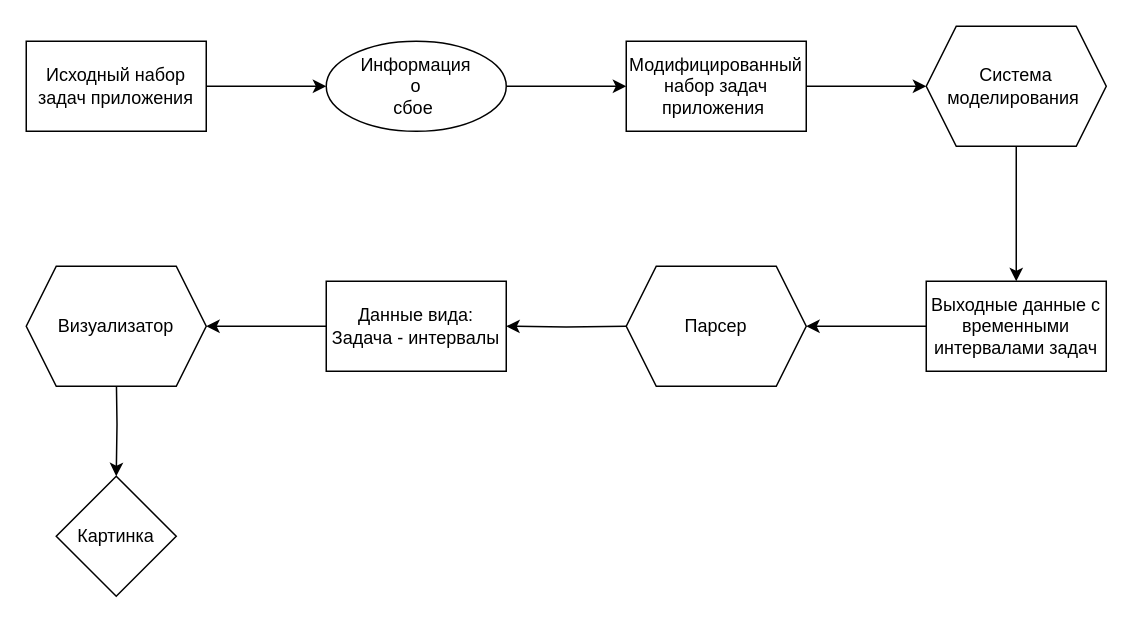
Ushuaya/VMK keeps this draw.io diagram as graphs/course_work.drawio. Above is the earlier version. Source tidied: cells renumbered, new cells numbered last; positions are measured from the earlier drawing's top-left corner, leaving out a move shared by most shapes. Both pictures are drawn from the tidied source at 150%, with x=0, y=0 at pixel (26, 26).
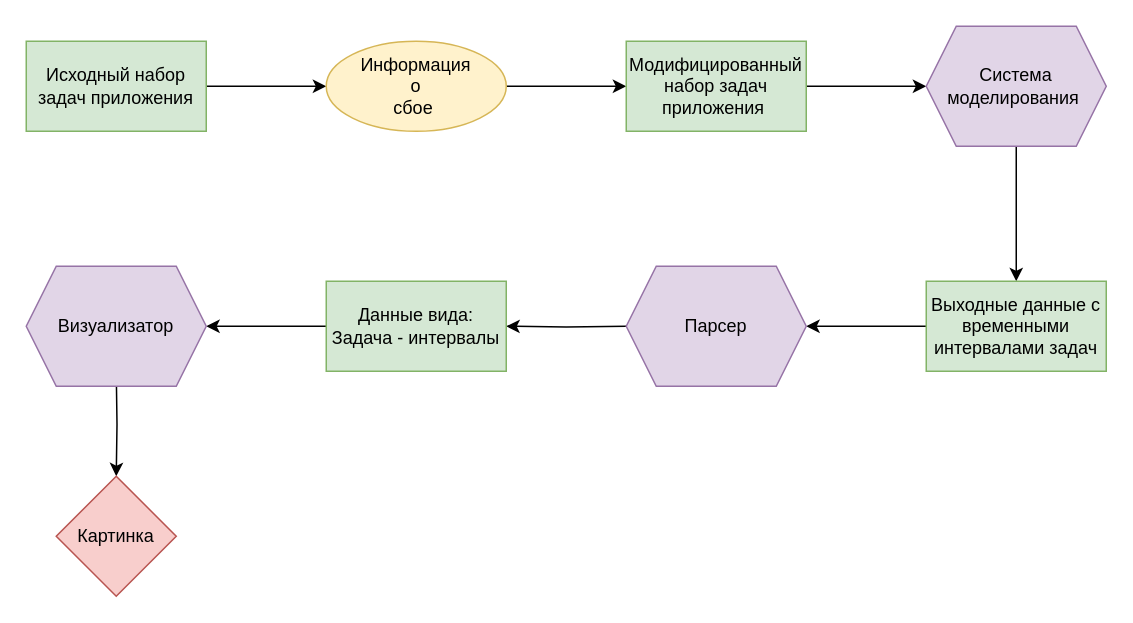
Above is the later version.

Change to the diagram source:
```diff
@@
-    <mxCell id="3" value="Исходный набор задач приложения" style="rounded=0;whiteSpace=wrap;html=1;" parent="1" vertex="1">
+    <mxCell id="3" value="Исходный набор задач приложения" style="rounded=0;whiteSpace=wrap;html=1;fillColor=#d5e8d4;strokeColor=#82b366;" parent="1" vertex="1">
       <mxGeometry y="10" width="120" height="60" as="geometry" />
     </mxCell>
@@
-    <mxCell id="5" value="Информация &lt;br&gt;о &lt;br&gt;сбое&amp;nbsp;" style="ellipse;whiteSpace=wrap;html=1;" parent="1" vertex="1">
+    <mxCell id="5" value="Информация &lt;br&gt;о &lt;br&gt;сбое&amp;nbsp;" style="ellipse;whiteSpace=wrap;html=1;fillColor=#fff2cc;strokeColor=#d6b656;" parent="1" vertex="1">
       <mxGeometry x="200" y="10" width="120" height="60" as="geometry" />
     </mxCell>
@@
-    <mxCell id="7" value="Модифицированный набор задач приложения&amp;nbsp;" style="whiteSpace=wrap;html=1;" parent="1" vertex="1">
+    <mxCell id="7" value="Модифицированный набор задач приложения&amp;nbsp;" style="whiteSpace=wrap;html=1;fillColor=#d5e8d4;strokeColor=#82b366;" parent="1" vertex="1">
       <mxGeometry x="400" y="10" width="120" height="60" as="geometry" />
     </mxCell>
@@
-    <mxCell id="9" value="Система моделирования&amp;nbsp;" style="shape=hexagon;perimeter=hexagonPerimeter2;whiteSpace=wrap;html=1;fixedSize=1;" parent="1" vertex="1">
+    <mxCell id="9" value="Система моделирования&amp;nbsp;" style="shape=hexagon;perimeter=hexagonPerimeter2;whiteSpace=wrap;html=1;fixedSize=1;fillColor=#e1d5e7;strokeColor=#9673a6;" parent="1" vertex="1">
       <mxGeometry x="600" width="120" height="80" as="geometry" />
     </mxCell>
@@
-    <mxCell id="11" value="Выходные данные с временными интервалами задач" style="whiteSpace=wrap;html=1;" parent="1" vertex="1">
+    <mxCell id="11" value="Выходные данные с временными интервалами задач" style="whiteSpace=wrap;html=1;fillColor=#d5e8d4;strokeColor=#82b366;" parent="1" vertex="1">
       <mxGeometry x="600" y="170" width="120" height="60" as="geometry" />
     </mxCell>
@@
-    <mxCell id="14" value="Данные вида:&lt;br&gt;Задача - интервалы" style="whiteSpace=wrap;html=1;" parent="1" vertex="1">
+    <mxCell id="14" value="Данные вида:&lt;br&gt;Задача - интервалы" style="whiteSpace=wrap;html=1;fillColor=#d5e8d4;strokeColor=#82b366;" parent="1" vertex="1">
       <mxGeometry x="200" y="170" width="120" height="60" as="geometry" />
     </mxCell>
@@
-    <mxCell id="16" value="Картинка" style="rhombus;whiteSpace=wrap;html=1;" parent="1" vertex="1">
+    <mxCell id="16" value="Картинка" style="rhombus;whiteSpace=wrap;html=1;fillColor=#f8cecc;strokeColor=#b85450;" parent="1" vertex="1">
       <mxGeometry x="20" y="300" width="80" height="80" as="geometry" />
     </mxCell>
-    <mxCell id="17" value="Парсер" style="shape=hexagon;perimeter=hexagonPerimeter2;whiteSpace=wrap;html=1;fixedSize=1;" parent="1" vertex="1">
+    <mxCell id="17" value="Парсер" style="shape=hexagon;perimeter=hexagonPerimeter2;whiteSpace=wrap;html=1;fixedSize=1;fillColor=#e1d5e7;strokeColor=#9673a6;" parent="1" vertex="1">
       <mxGeometry x="400" y="160" width="120" height="80" as="geometry" />
     </mxCell>
-    <mxCell id="18" value="Визуализатор" style="shape=hexagon;perimeter=hexagonPerimeter2;whiteSpace=wrap;html=1;fixedSize=1;" parent="1" vertex="1">
+    <mxCell id="18" value="Визуализатор" style="shape=hexagon;perimeter=hexagonPerimeter2;whiteSpace=wrap;html=1;fixedSize=1;fillColor=#e1d5e7;strokeColor=#9673a6;" parent="1" vertex="1">
       <mxGeometry y="160" width="120" height="80" as="geometry" />
     </mxCell>
```
